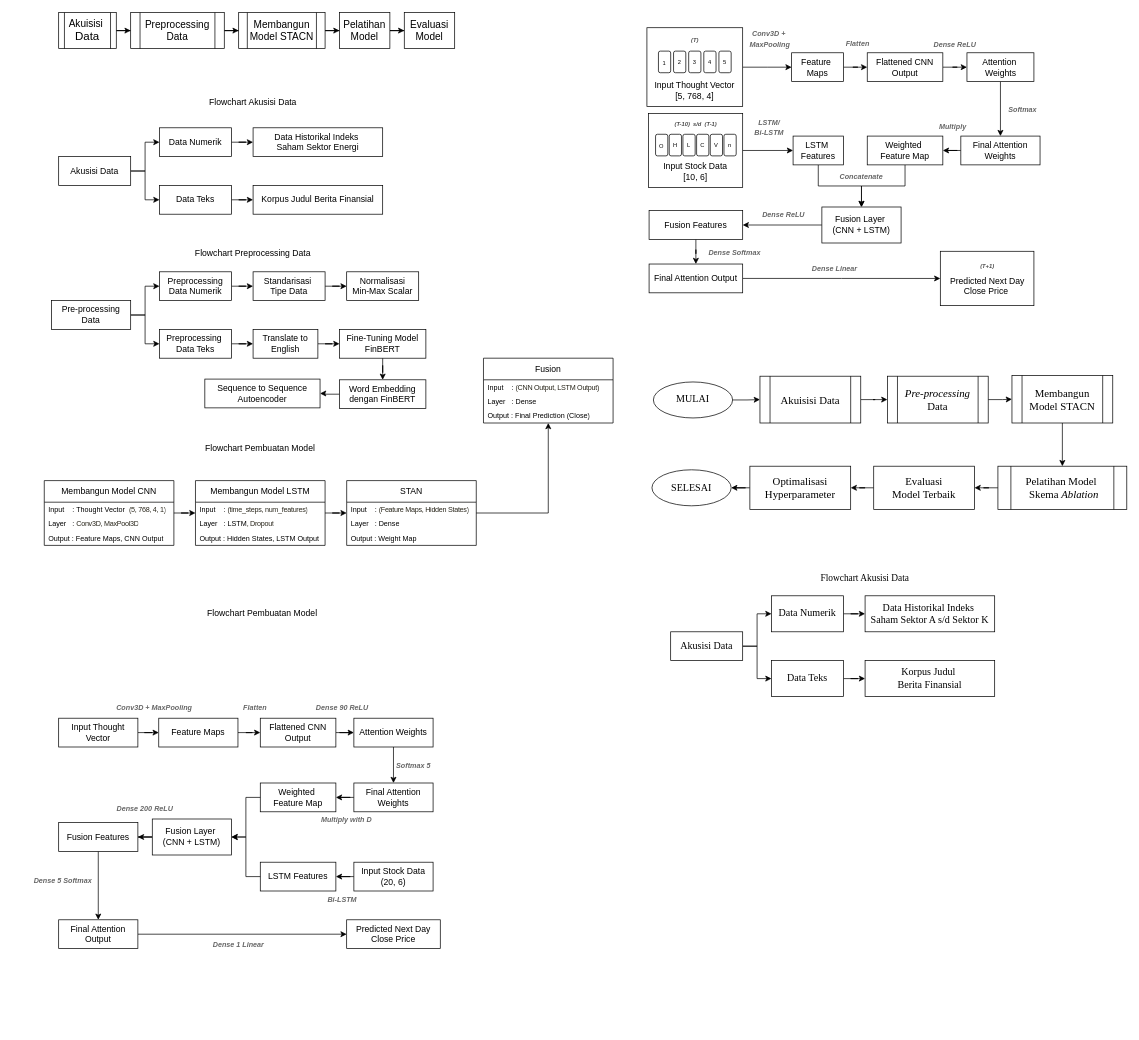
Earlier version of the draw.io diagram Untitled Diagram.drawio (novitangrn/STACN). Source tidied: cells renumbered, new cells numbered last; positions are measured from the earlier drawing's top-left corner, leaving out a move shared by most shapes. Both pictures are drawn from the tidied source at 72%, with x=0, y=0 at pixel (12, 12).
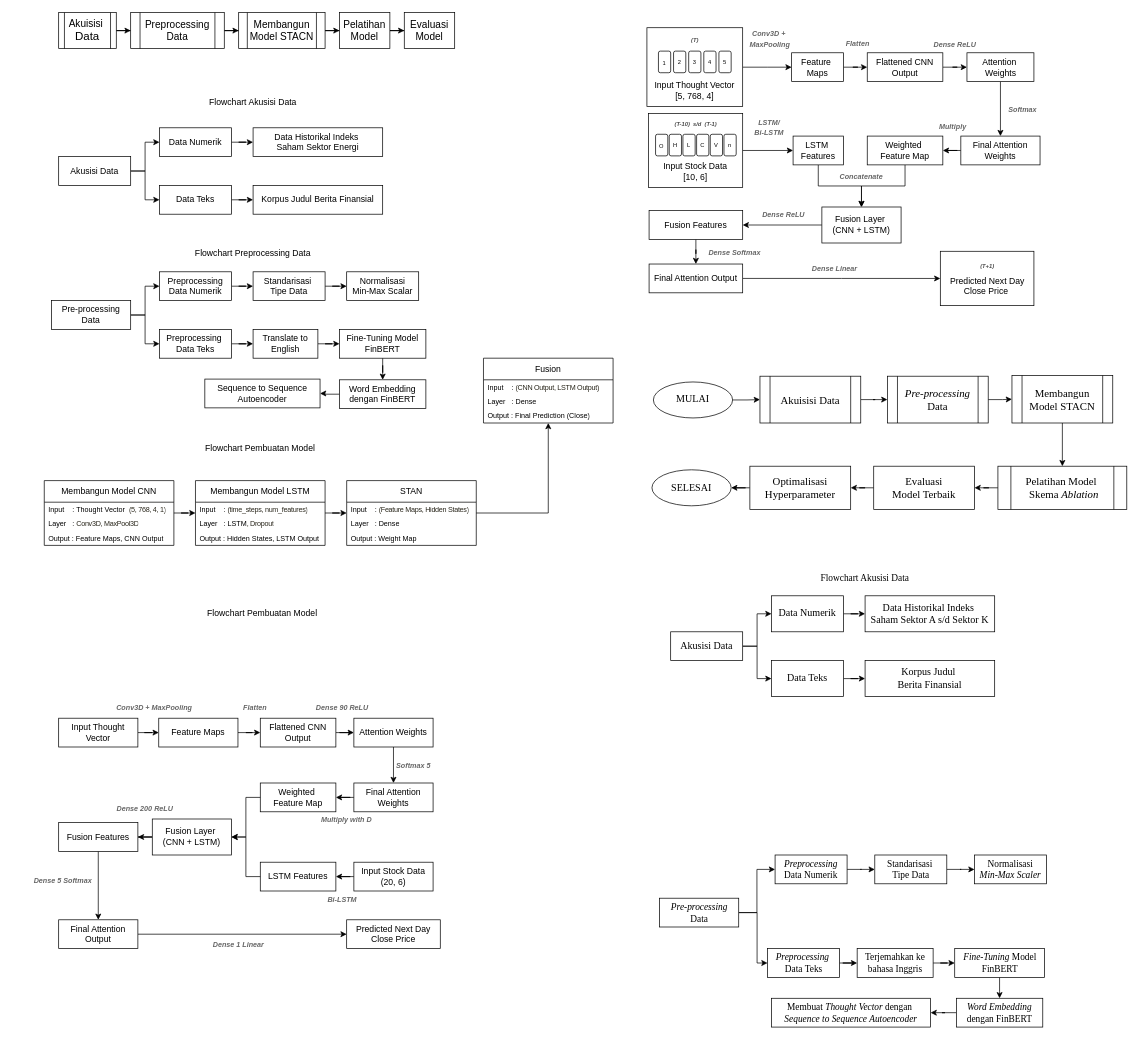
The same page after the edit.

What changed in the source:
```diff
@@
+    <mxCell id="167" style="edgeStyle=orthogonalEdgeStyle;rounded=0;jettySize=auto;html=1;entryX=0;entryY=0.5;entryDx=0;entryDy=0;fontFamily=Times New Roman;fontSize=13;" parent="1" edge="1" source="169" target="171">
+      <mxGeometry relative="1" as="geometry" />
+    </mxCell>
+    <mxCell id="168" style="edgeStyle=orthogonalEdgeStyle;rounded=0;jettySize=auto;html=1;fontFamily=Times New Roman;fontSize=13;" parent="1" edge="1" source="169" target="173">
+      <mxGeometry relative="1" as="geometry">
+        <Array as="points">
+          <mxPoint x="1034" y="1250" />
+          <mxPoint x="1034" y="1320" />
+        </Array>
+      </mxGeometry>
+    </mxCell>
+    <mxCell id="169" value="&lt;i&gt;Pre-processing&lt;/i&gt;&lt;div&gt;Data&lt;/div&gt;" style="rounded=0;whiteSpace=wrap;html=1;fontFamily=Times New Roman;fontSize=13;" parent="1" vertex="1">
+      <mxGeometry x="898.5" y="1230" width="110" height="40" as="geometry" />
+    </mxCell>
+    <mxCell id="170" style="edgeStyle=orthogonalEdgeStyle;rounded=0;jettySize=auto;html=1;fontFamily=Times New Roman;fontSize=13;" parent="1" edge="1" source="171" target="175">
+      <mxGeometry relative="1" as="geometry" />
+    </mxCell>
+    <mxCell id="171" value="&lt;i&gt;Preprocessing&lt;/i&gt; Data Numerik" style="rounded=0;whiteSpace=wrap;html=1;fontFamily=Times New Roman;fontSize=13;" parent="1" vertex="1">
+      <mxGeometry x="1059" y="1170" width="100" height="40" as="geometry" />
+    </mxCell>
+    <mxCell id="172" style="edgeStyle=orthogonalEdgeStyle;rounded=0;jettySize=auto;html=1;fontFamily=Times New Roman;fontSize=13;" parent="1" edge="1" source="173" target="177">
+      <mxGeometry relative="1" as="geometry" />
+    </mxCell>
+    <mxCell id="173" value="&lt;i&gt;Preprocessing&lt;/i&gt;&amp;nbsp;&lt;div&gt;Data Teks&lt;/div&gt;" style="rounded=0;whiteSpace=wrap;html=1;fontFamily=Times New Roman;fontSize=13;" parent="1" vertex="1">
+      <mxGeometry x="1048.5" y="1300" width="100" height="40" as="geometry" />
+    </mxCell>
+    <mxCell id="174" style="edgeStyle=orthogonalEdgeStyle;rounded=0;jettySize=auto;html=1;fontFamily=Times New Roman;fontSize=13;" parent="1" edge="1" source="175" target="178">
+      <mxGeometry relative="1" as="geometry" />
+    </mxCell>
+    <mxCell id="175" value="Standarisasi&amp;nbsp;&lt;div&gt;Tipe Data&lt;/div&gt;" style="rounded=0;whiteSpace=wrap;html=1;fontFamily=Times New Roman;fontSize=13;" parent="1" vertex="1">
+      <mxGeometry x="1197.5" y="1170" width="100" height="40" as="geometry" />
+    </mxCell>
+    <mxCell id="176" style="edgeStyle=orthogonalEdgeStyle;rounded=0;jettySize=auto;html=1;fontFamily=Times New Roman;fontSize=13;" parent="1" edge="1" source="177" target="180">
+      <mxGeometry relative="1" as="geometry" />
+    </mxCell>
+    <mxCell id="177" value="Terjemahkan ke bahasa Inggris" style="rounded=0;whiteSpace=wrap;html=1;fontFamily=Times New Roman;fontSize=13;" parent="1" vertex="1">
+      <mxGeometry x="1173" y="1300" width="105.5" height="40" as="geometry" />
+    </mxCell>
+    <mxCell id="178" value="Normalisasi&lt;div&gt;&lt;i&gt;Min-Max Scaler&lt;/i&gt;&lt;/div&gt;" style="rounded=0;whiteSpace=wrap;html=1;fontFamily=Times New Roman;fontSize=13;" parent="1" vertex="1">
+      <mxGeometry x="1336" y="1170" width="100" height="40" as="geometry" />
+    </mxCell>
+    <mxCell id="179" style="edgeStyle=orthogonalEdgeStyle;rounded=0;jettySize=auto;html=1;fontFamily=Times New Roman;fontSize=13;" parent="1" edge="1" source="180" target="182">
+      <mxGeometry relative="1" as="geometry" />
+    </mxCell>
+    <mxCell id="180" value="&lt;i&gt;Fine-Tuning &lt;/i&gt;Model&lt;i&gt; &lt;/i&gt;FinBERT" style="rounded=0;whiteSpace=wrap;html=1;fontFamily=Times New Roman;fontSize=13;" parent="1" vertex="1">
+      <mxGeometry x="1308.5" y="1300" width="124.5" height="40" as="geometry" />
+    </mxCell>
+    <mxCell id="181" style="edgeStyle=orthogonalEdgeStyle;rounded=0;jettySize=auto;html=1;fontFamily=Times New Roman;fontSize=13;" parent="1" edge="1" source="182" target="183">
+      <mxGeometry relative="1" as="geometry" />
+    </mxCell>
+    <mxCell id="182" value="&lt;i&gt;Word Embedding&lt;/i&gt; dengan FinBERT" style="rounded=0;whiteSpace=wrap;html=1;fontFamily=Times New Roman;fontSize=13;" parent="1" vertex="1">
+      <mxGeometry x="1310.8" y="1369" width="120" height="40" as="geometry" />
+    </mxCell>
+    <mxCell id="183" value="Membuat&lt;i&gt; Thought Vector &lt;/i&gt;dengan&lt;i&gt;&amp;nbsp;&lt;/i&gt;&lt;div&gt;&lt;i&gt;Sequence to Sequence Autoencoder&lt;/i&gt;&lt;/div&gt;" style="rounded=0;whiteSpace=wrap;html=1;fontFamily=Times New Roman;fontSize=13;" parent="1" vertex="1">
+      <mxGeometry x="1054" y="1369" width="221" height="40" as="geometry" />
+    </mxCell>
```
